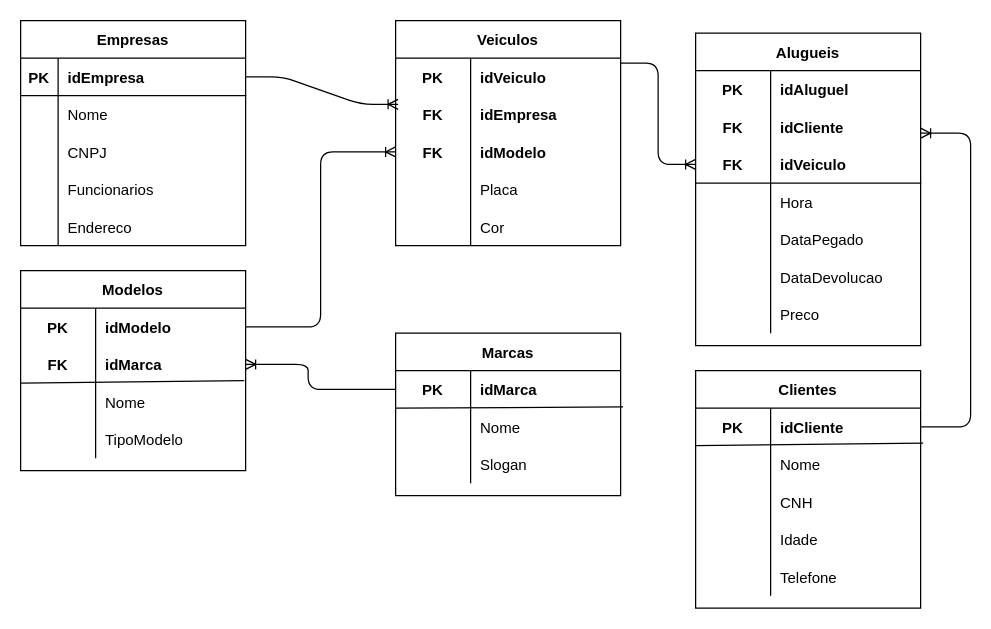
The draw.io diagram page "logico" (2 of 2) of 1.2-exercicio-locadora/1.2-exercicio-locadora.drawio in oliveira-joao/senai_sprint_1bd, before the edit. Source tidied: cells renumbered, new cells numbered last; positions are measured from the earlier drawing's top-left corner, leaving out a move shared by most shapes. Both pictures are drawn from the tidied source at 125%, with x=0, y=0 at pixel (20, 20).
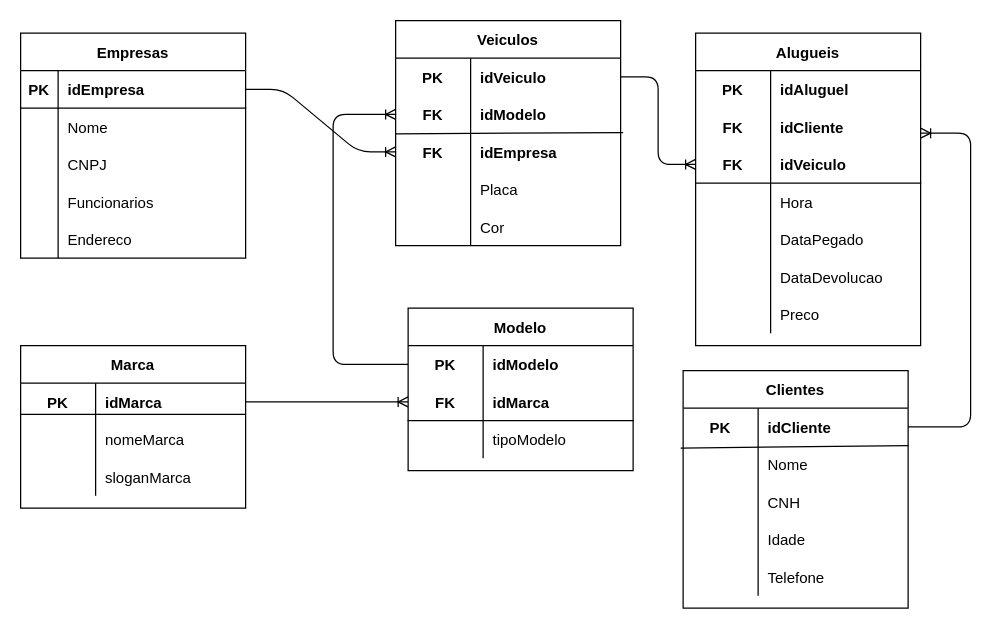
The same diagram, later.

Unchanged cells that the change refers to:
```xml
<mxCell id="3" style="shape=partialRectangle;fillColor=none;top=0;left=0;bottom=1;right=0;points=[[0,0.5],[1,0.5]];portConstraint=eastwest;" parent="2" vertex="1">
  <mxGeometry y="30" width="180" height="30" as="geometry" />
</mxCell>
<mxCell id="18" value="Veiculos" style="shape=table;startSize=30;childLayout=tableLayout;rowLines=0;fontStyle=1;align=center;" parent="1" vertex="1">
  <mxGeometry x="300" width="180" height="180" as="geometry" />
</mxCell>
<mxCell id="19" style="shape=partialRectangle;fillColor=none;top=0;left=0;bottom=0;right=0;points=[[0,0.5],[1,0.5]];portConstraint=eastwest;" parent="18" vertex="1">
  <mxGeometry y="30" width="180" height="30" as="geometry" />
</mxCell>
<mxCell id="57" style="shape=partialRectangle;fillColor=none;top=0;left=0;bottom=1;right=0;points=[[0,0.5],[1,0.5]];portConstraint=eastwest;" parent="50" vertex="1">
  <mxGeometry y="90" width="180" height="30" as="geometry" />
</mxCell>
```

Change to the diagram source:
```diff
@@
-    <mxCell id="2" value="Empresas" style="shape=table;startSize=30;childLayout=tableLayout;rowLines=0;fontStyle=1;align=center;" parent="1" vertex="1">
-      <mxGeometry width="180" height="180" as="geometry" />
+    <mxCell id="2" value="Empresas" style="shape=table;startSize=30;childLayout=tableLayout;rowLines=0;fontStyle=1;align=center;swimlaneFillColor=#ffffff;" parent="1" vertex="1">
+      <mxGeometry y="10" width="180" height="180" as="geometry" />
     </mxCell>
@@
+    <mxCell id="103" style="shape=partialRectangle;fillColor=none;top=0;left=0;bottom=0;right=0;points=[[0,0.5],[1,0.5]];portConstraint=eastwest;" parent="18" vertex="1">
+      <mxGeometry y="60" width="180" height="30" as="geometry" />
+    </mxCell>
+    <mxCell id="104" value="FK" style="shape=partialRectangle;fillColor=none;top=0;left=0;bottom=0;right=0;fontStyle=1;overflow=hidden;" parent="103" vertex="1">
+      <mxGeometry width="60" height="30" as="geometry" />
+    </mxCell>
+    <mxCell id="105" value="idModelo" style="shape=partialRectangle;fillColor=none;top=0;left=0;bottom=0;right=0;align=left;spacingLeft=6;fontStyle=1;overflow=hidden;" parent="103" vertex="1">
+      <mxGeometry x="60" width="120" height="30" as="geometry" />
+    </mxCell>
     <mxCell id="22" style="shape=partialRectangle;fillColor=none;top=0;left=0;bottom=0;right=0;points=[[0,0.5],[1,0.5]];portConstraint=eastwest;" parent="18" vertex="1">
-      <mxGeometry y="60" width="180" height="30" as="geometry" />
+      <mxGeometry y="90" width="180" height="30" as="geometry" />
     </mxCell>
@@
-    <mxCell id="25" style="shape=partialRectangle;fillColor=none;top=0;left=0;bottom=0;right=0;points=[[0,0.5],[1,0.5]];portConstraint=eastwest;" parent="18" vertex="1">
-      <mxGeometry y="90" width="180" height="30" as="geometry" />
-    </mxCell>
-    <mxCell id="26" value="FK" style="shape=partialRectangle;fillColor=none;top=0;left=0;bottom=0;right=0;fontStyle=1;overflow=hidden;" parent="25" vertex="1">
-      <mxGeometry width="60" height="30" as="geometry" />
-    </mxCell>
-    <mxCell id="27" value="idModelo" style="shape=partialRectangle;fillColor=none;top=0;left=0;bottom=0;right=0;align=left;spacingLeft=6;fontStyle=1;overflow=hidden;" parent="25" vertex="1">
-      <mxGeometry x="60" width="120" height="30" as="geometry" />
-    </mxCell>
@@
     <mxCell id="34" value="Clientes" style="shape=table;startSize=30;childLayout=tableLayout;rowLines=0;fontStyle=1;align=center;" parent="1" vertex="1">
-      <mxGeometry x="540" y="280" width="180" height="190" as="geometry" />
+      <mxGeometry x="530" y="280" width="180" height="190" as="geometry" />
     </mxCell>
@@
-    <mxCell id="72" value="Modelos" style="shape=table;startSize=30;childLayout=tableLayout;rowLines=0;fontStyle=1;align=center;" parent="1" vertex="1">
-      <mxGeometry y="200" width="180" height="160" as="geometry" />
-    </mxCell>
-    <mxCell id="73" style="shape=partialRectangle;fillColor=none;top=0;left=0;bottom=0;right=0;points=[[0,0.5],[1,0.5]];portConstraint=eastwest;" parent="72" vertex="1">
-      <mxGeometry y="30" width="180" height="30" as="geometry" />
-    </mxCell>
-    <mxCell id="74" value="PK" style="shape=partialRectangle;fillColor=none;top=0;left=0;bottom=0;right=0;fontStyle=1;overflow=hidden;" parent="73" vertex="1">
-      <mxGeometry width="60" height="30" as="geometry" />
-    </mxCell>
-    <mxCell id="75" value="idModelo" style="shape=partialRectangle;fillColor=none;top=0;left=0;bottom=0;right=0;align=left;spacingLeft=6;fontStyle=1;overflow=hidden;" parent="73" vertex="1">
-      <mxGeometry x="60" width="120" height="30" as="geometry" />
-    </mxCell>
-    <mxCell id="76" style="shape=partialRectangle;fillColor=none;top=0;left=0;bottom=0;right=0;points=[[0,0.5],[1,0.5]];portConstraint=eastwest;" parent="72" vertex="1">
-      <mxGeometry y="60" width="180" height="30" as="geometry" />
-    </mxCell>
-    <mxCell id="77" value="FK" style="shape=partialRectangle;fillColor=none;top=0;left=0;bottom=0;right=0;fontStyle=1;overflow=hidden;" parent="76" vertex="1">
-      <mxGeometry width="60" height="30" as="geometry" />
-    </mxCell>
-    <mxCell id="78" value="idMarca" style="shape=partialRectangle;fillColor=none;top=0;left=0;bottom=0;right=0;align=left;spacingLeft=6;fontStyle=1;overflow=hidden;" parent="76" vertex="1">
-      <mxGeometry x="60" width="120" height="30" as="geometry" />
-    </mxCell>
-    <mxCell id="79" style="shape=partialRectangle;fillColor=none;top=0;left=0;bottom=0;right=0;points=[[0,0.5],[1,0.5]];portConstraint=eastwest;" parent="72" vertex="1">
-      <mxGeometry y="90" width="180" height="30" as="geometry" />
-    </mxCell>
-    <mxCell id="80" style="shape=partialRectangle;fillColor=none;top=0;left=0;bottom=0;right=0;overflow=hidden;" parent="79" vertex="1">
-      <mxGeometry width="60" height="30" as="geometry" />
-    </mxCell>
-    <mxCell id="81" value="Nome" style="shape=partialRectangle;fillColor=none;top=0;left=0;bottom=0;right=0;align=left;spacingLeft=6;overflow=hidden;" parent="79" vertex="1">
-      <mxGeometry x="60" width="120" height="30" as="geometry" />
-    </mxCell>
-    <mxCell id="82" style="shape=partialRectangle;fillColor=none;top=0;left=0;bottom=0;right=0;" parent="72" vertex="1">
-      <mxGeometry y="120" width="180" height="30" as="geometry" />
-    </mxCell>
-    <mxCell id="83" style="shape=partialRectangle;fillColor=none;top=0;left=0;bottom=0;right=0;overflow=hidden;" parent="82" vertex="1">
-      <mxGeometry width="60" height="30" as="geometry" />
-    </mxCell>
-    <mxCell id="84" value="TipoModelo" style="shape=partialRectangle;fillColor=none;top=0;left=0;bottom=0;right=0;align=left;spacingLeft=6;overflow=hidden;" parent="82" vertex="1">
-      <mxGeometry x="60" width="120" height="30" as="geometry" />
-    </mxCell>
-    <mxCell id="85" value="Marcas" style="shape=table;startSize=30;childLayout=tableLayout;rowLines=0;fontStyle=1;align=center;" parent="1" vertex="1">
-      <mxGeometry x="300" y="250" width="180" height="130" as="geometry" />
-    </mxCell>
-    <mxCell id="86" style="shape=partialRectangle;fillColor=none;top=0;left=0;bottom=0;right=0;points=[[0,0.5],[1,0.5]];portConstraint=eastwest;" parent="85" vertex="1">
-      <mxGeometry y="30" width="180" height="30" as="geometry" />
-    </mxCell>
-    <mxCell id="87" value="PK" style="shape=partialRectangle;fillColor=none;top=0;left=0;bottom=0;right=0;fontStyle=1;overflow=hidden;" parent="86" vertex="1">
-      <mxGeometry width="60" height="30" as="geometry" />
-    </mxCell>
-    <mxCell id="88" value="idMarca" style="shape=partialRectangle;fillColor=none;top=0;left=0;bottom=0;right=0;align=left;spacingLeft=6;fontStyle=1;overflow=hidden;" parent="86" vertex="1">
-      <mxGeometry x="60" width="120" height="30" as="geometry" />
-    </mxCell>
-    <mxCell id="89" style="shape=partialRectangle;fillColor=none;top=0;left=0;bottom=0;right=0;points=[[0,0.5],[1,0.5]];portConstraint=eastwest;" parent="85" vertex="1">
-      <mxGeometry y="60" width="180" height="30" as="geometry" />
-    </mxCell>
-    <mxCell id="90" style="shape=partialRectangle;fillColor=none;top=0;left=0;bottom=0;right=0;overflow=hidden;" parent="89" vertex="1">
-      <mxGeometry width="60" height="30" as="geometry" />
-    </mxCell>
-    <mxCell id="91" value="Nome" style="shape=partialRectangle;fillColor=none;top=0;left=0;bottom=0;right=0;align=left;spacingLeft=6;overflow=hidden;" parent="89" vertex="1">
-      <mxGeometry x="60" width="120" height="30" as="geometry" />
-    </mxCell>
-    <mxCell id="92" style="shape=partialRectangle;fillColor=none;top=0;left=0;bottom=0;right=0;" parent="85" vertex="1">
-      <mxGeometry y="90" width="180" height="30" as="geometry" />
-    </mxCell>
-    <mxCell id="93" style="shape=partialRectangle;fillColor=none;top=0;left=0;bottom=0;right=0;overflow=hidden;" parent="92" vertex="1">
-      <mxGeometry width="60" height="30" as="geometry" />
-    </mxCell>
-    <mxCell id="94" value="Slogan" style="shape=partialRectangle;fillColor=none;top=0;left=0;bottom=0;right=0;align=left;spacingLeft=6;overflow=hidden;" parent="92" vertex="1">
-      <mxGeometry x="60" width="120" height="30" as="geometry" />
-    </mxCell>
-    <mxCell id="95" style="edgeStyle=entityRelationEdgeStyle;fontSize=12;html=1;endArrow=ERoneToMany;exitX=1;exitY=0.133;exitDx=0;exitDy=0;exitPerimeter=0;" parent="1" edge="1" source="19" target="57">
+    <mxCell id="95" style="edgeStyle=entityRelationEdgeStyle;fontSize=12;html=1;endArrow=ERoneToMany;" parent="1" edge="1" source="19" target="57">
       <mxGeometry relative="1" as="geometry" />
     </mxCell>
-    <mxCell id="96" style="edgeStyle=elbowEdgeStyle;fontSize=12;html=1;endArrow=ERoneToMany;shadow=0;strokeColor=#000000;strokeWidth=1;" parent="1" edge="1" source="86" target="76">
-      <mxGeometry relative="1" as="geometry">
-        <Array as="points">
-          <mxPoint x="230" y="295" />
-        </Array>
-      </mxGeometry>
-    </mxCell>
-    <mxCell id="97" style="edgeStyle=orthogonalEdgeStyle;fontSize=12;html=1;endArrow=ERoneToMany;shadow=0;strokeColor=#000000;strokeWidth=1;" parent="1" edge="1" source="73" target="25">
-      <mxGeometry relative="1" as="geometry" />
-    </mxCell>
-    <mxCell id="98" style="edgeStyle=entityRelationEdgeStyle;fontSize=12;html=1;endArrow=ERoneToMany;shadow=0;strokeColor=#000000;strokeWidth=1;entryX=0.011;entryY=0.233;entryDx=0;entryDy=0;entryPerimeter=0;" parent="1" edge="1" source="3" target="22">
+    <mxCell id="98" style="edgeStyle=entityRelationEdgeStyle;fontSize=12;html=1;endArrow=ERoneToMany;shadow=0;strokeColor=#000000;strokeWidth=1;" parent="1" edge="1" source="3" target="22">
       <mxGeometry relative="1" as="geometry" />
     </mxCell>
@@
-    <mxCell id="100" style="endArrow=none;html=1;rounded=0;shadow=0;strokeColor=#000000;strokeWidth=1;entryX=0.994;entryY=-0.067;entryDx=0;entryDy=0;entryPerimeter=0;" parent="1" edge="1" target="79">
-      <mxGeometry relative="1" as="geometry">
-        <mxPoint y="290" as="sourcePoint" />
-      </mxGeometry>
-    </mxCell>
-    <mxCell id="101" style="endArrow=none;html=1;rounded=0;shadow=0;strokeColor=#000000;strokeWidth=1;entryX=1.011;entryY=-0.033;entryDx=0;entryDy=0;entryPerimeter=0;" parent="1" edge="1" target="89">
+    <mxCell id="101" style="endArrow=none;html=1;rounded=0;shadow=0;strokeColor=#000000;strokeWidth=1;entryX=1.011;entryY=-0.033;entryDx=0;entryDy=0;entryPerimeter=0;" parent="1" edge="1">
       <mxGeometry relative="1" as="geometry">
-        <mxPoint x="300" y="310" as="sourcePoint" />
+        <mxPoint x="300" y="90.5" as="sourcePoint" />
+        <mxPoint x="482" y="89.5" as="targetPoint" />
       </mxGeometry>
     </mxCell>
     <mxCell id="102" style="endArrow=none;html=1;rounded=0;shadow=0;strokeColor=#000000;strokeWidth=1;" parent="1" edge="1">
       <mxGeometry relative="1" as="geometry">
-        <mxPoint x="540" y="340" as="sourcePoint" />
-        <mxPoint x="722" y="338" as="targetPoint" />
+        <mxPoint x="528" y="342" as="sourcePoint" />
+        <mxPoint x="710" y="340" as="targetPoint" />
       </mxGeometry>
     </mxCell>
+    <mxCell id="106" value="Marca" style="shape=table;startSize=30;childLayout=tableLayout;rowLines=0;fontStyle=1;align=center;" parent="1" vertex="1">
+      <mxGeometry y="260" width="180" height="130" as="geometry" />
+    </mxCell>
+    <mxCell id="107" style="shape=partialRectangle;fillColor=none;top=0;left=0;bottom=0;right=0;points=[[0,0.5],[1,0.5]];portConstraint=eastwest;" parent="106" vertex="1">
+      <mxGeometry y="30" width="180" height="30" as="geometry" />
+    </mxCell>
+    <mxCell id="108" value="PK" style="shape=partialRectangle;fillColor=none;top=0;left=0;bottom=0;right=0;fontStyle=1;overflow=hidden;" parent="107" vertex="1">
+      <mxGeometry width="60" height="30" as="geometry" />
+    </mxCell>
+    <mxCell id="109" value="idMarca" style="shape=partialRectangle;fillColor=none;top=0;left=0;bottom=0;right=0;align=left;spacingLeft=6;fontStyle=1;overflow=hidden;" parent="107" vertex="1">
+      <mxGeometry x="60" width="120" height="30" as="geometry" />
+    </mxCell>
+    <mxCell id="110" style="shape=partialRectangle;fillColor=none;top=0;left=0;bottom=0;right=0;" parent="106" vertex="1">
+      <mxGeometry y="60" width="180" height="30" as="geometry" />
+    </mxCell>
+    <mxCell id="111" style="shape=partialRectangle;fillColor=none;top=0;left=0;bottom=0;right=0;overflow=hidden;" parent="110" vertex="1">
+      <mxGeometry width="60" height="30" as="geometry" />
+    </mxCell>
+    <mxCell id="112" value="nomeMarca" style="shape=partialRectangle;fillColor=none;top=0;left=0;bottom=0;right=0;align=left;spacingLeft=6;overflow=hidden;" parent="110" vertex="1">
+      <mxGeometry x="60" width="120" height="30" as="geometry" />
+    </mxCell>
+    <mxCell id="113" style="shape=partialRectangle;fillColor=none;top=0;left=0;bottom=0;right=0;" parent="106" vertex="1">
+      <mxGeometry y="90" width="180" height="30" as="geometry" />
+    </mxCell>
+    <mxCell id="114" style="shape=partialRectangle;fillColor=none;top=0;left=0;bottom=0;right=0;overflow=hidden;" parent="113" vertex="1">
+      <mxGeometry width="60" height="30" as="geometry" />
+    </mxCell>
+    <mxCell id="115" value="sloganMarca" style="shape=partialRectangle;fillColor=none;top=0;left=0;bottom=0;right=0;align=left;spacingLeft=6;overflow=hidden;" parent="113" vertex="1">
+      <mxGeometry x="60" width="120" height="30" as="geometry" />
+    </mxCell>
+    <mxCell id="116" style="line;strokeWidth=1;dashed=0;labelPosition=right;align=left;verticalAlign=middle;spacingTop=0;spacingLeft=6;" parent="1" vertex="1">
+      <mxGeometry y="310" width="180" height="10" as="geometry" />
+    </mxCell>
+    <mxCell id="117" value="Modelo" style="shape=table;startSize=30;childLayout=tableLayout;rowLines=0;fontStyle=1;align=center;" parent="1" vertex="1">
+      <mxGeometry x="310" y="230" width="180" height="130" as="geometry" />
+    </mxCell>
+    <mxCell id="118" style="shape=partialRectangle;fillColor=none;top=0;left=0;bottom=0;right=0;points=[[0,0.5],[1,0.5]];portConstraint=eastwest;" parent="117" vertex="1">
+      <mxGeometry y="30" width="180" height="30" as="geometry" />
+    </mxCell>
+    <mxCell id="119" value="PK" style="shape=partialRectangle;fillColor=none;top=0;left=0;bottom=0;right=0;fontStyle=1;overflow=hidden;" parent="118" vertex="1">
+      <mxGeometry width="60" height="30" as="geometry" />
+    </mxCell>
+    <mxCell id="120" value="idModelo" style="shape=partialRectangle;fillColor=none;top=0;left=0;bottom=0;right=0;align=left;spacingLeft=6;fontStyle=1;overflow=hidden;" parent="118" vertex="1">
+      <mxGeometry x="60" width="120" height="30" as="geometry" />
+    </mxCell>
+    <mxCell id="121" style="shape=partialRectangle;fillColor=none;top=0;left=0;bottom=1;right=0;points=[[0,0.5],[1,0.5]];portConstraint=eastwest;" parent="117" vertex="1">
+      <mxGeometry y="60" width="180" height="30" as="geometry" />
+    </mxCell>
+    <mxCell id="122" value="FK" style="shape=partialRectangle;fillColor=none;top=0;left=0;bottom=0;right=0;fontStyle=1;overflow=hidden;" parent="121" vertex="1">
+      <mxGeometry width="60" height="30" as="geometry" />
+    </mxCell>
+    <mxCell id="123" value="idMarca" style="shape=partialRectangle;fillColor=none;top=0;left=0;bottom=0;right=0;align=left;spacingLeft=6;fontStyle=1;overflow=hidden;" parent="121" vertex="1">
+      <mxGeometry x="60" width="120" height="30" as="geometry" />
+    </mxCell>
+    <mxCell id="124" style="shape=partialRectangle;fillColor=none;top=0;left=0;bottom=0;right=0;" parent="117" vertex="1">
+      <mxGeometry y="90" width="180" height="30" as="geometry" />
+    </mxCell>
+    <mxCell id="125" style="shape=partialRectangle;fillColor=none;top=0;left=0;bottom=0;right=0;overflow=hidden;" parent="124" vertex="1">
+      <mxGeometry width="60" height="30" as="geometry" />
+    </mxCell>
+    <mxCell id="126" value="tipoModelo" style="shape=partialRectangle;fillColor=none;top=0;left=0;bottom=0;right=0;align=left;spacingLeft=6;overflow=hidden;" parent="124" vertex="1">
+      <mxGeometry x="60" width="120" height="30" as="geometry" />
+    </mxCell>
+    <mxCell id="127" style="edgeStyle=elbowEdgeStyle;fontSize=12;html=1;endArrow=ERoneToMany;" parent="1" edge="1" source="118" target="103">
+      <mxGeometry relative="1" as="geometry">
+        <Array as="points">
+          <mxPoint x="250" y="180" />
+        </Array>
+      </mxGeometry>
+    </mxCell>
+    <mxCell id="128" style="edgeStyle=entityRelationEdgeStyle;fontSize=12;html=1;endArrow=ERoneToMany;" parent="1" edge="1" source="107" target="121">
+      <mxGeometry relative="1" as="geometry" />
+    </mxCell>
```
